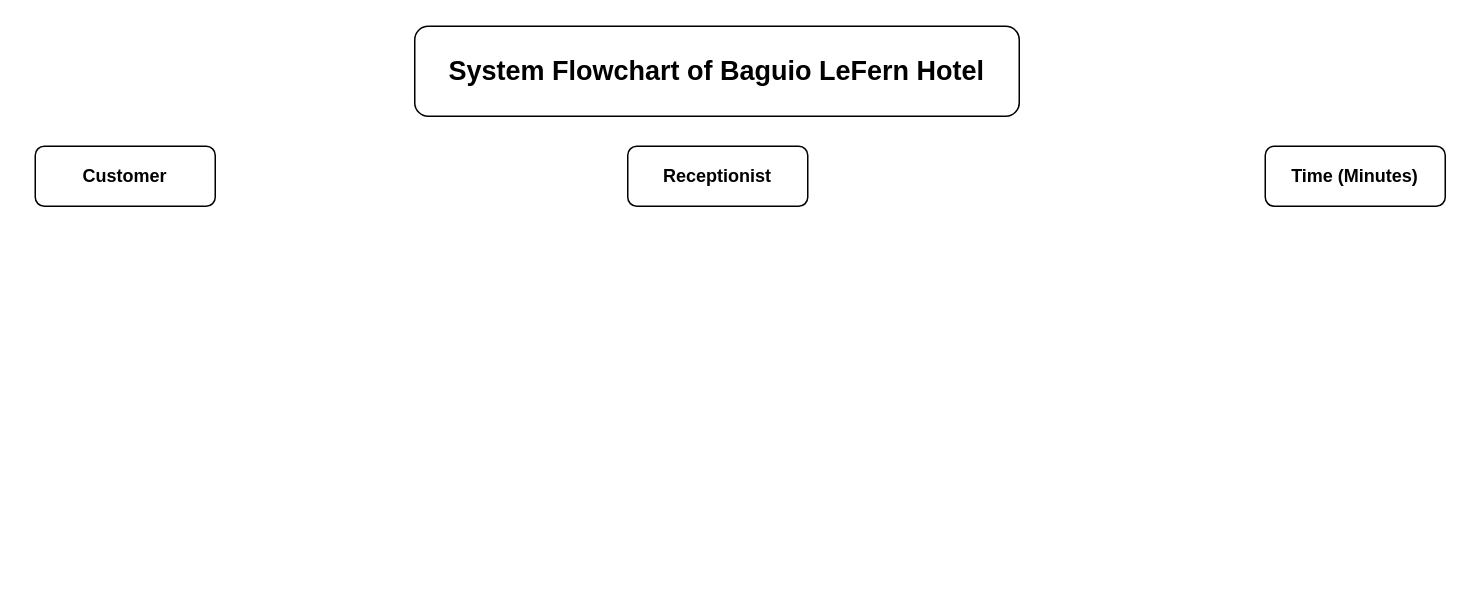
The draw.io diagram Untitled Diagram.drawio in doyaoencab/draw.io, before the edit. Source tidied: cells renumbered, new cells numbered last; positions are measured from the earlier drawing's top-left corner, leaving out a move shared by most shapes. Both pictures are drawn from the tidied source at 150%, with x=0, y=0 at pixel (34, 26).
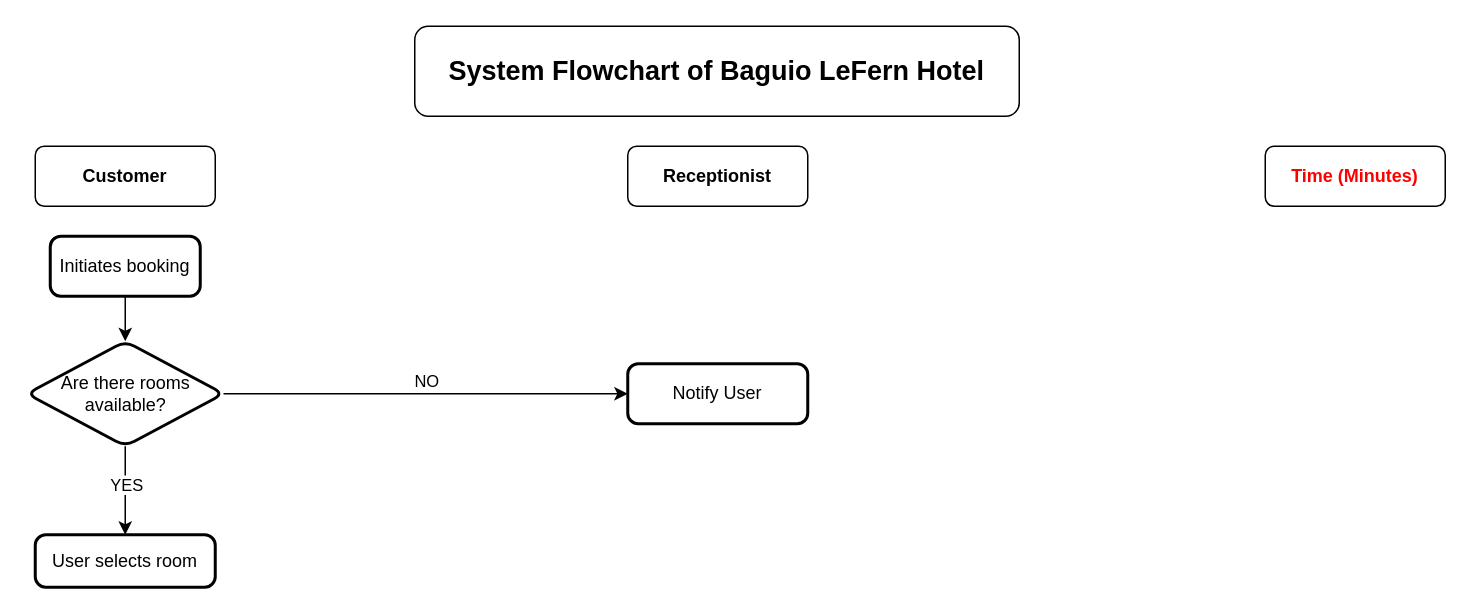
The same page after the edit.

Change to the diagram source:
```diff
@@
 <mxGraphModel>
   <root>
     <mxCell id="0" />
     <mxCell id="1" parent="0" />
     <mxCell id="2" value="&lt;b&gt;&lt;font style=&quot;font-size: 18px;&quot;&gt;System Flowchart of Baguio LeFern Hotel&lt;/font&gt;&lt;/b&gt;" style="rounded=1;whiteSpace=wrap;html=1;" parent="1" vertex="1">
       <mxGeometry x="253" width="403" height="60" as="geometry" />
     </mxCell>
     <mxCell id="3" value="&lt;b&gt;Customer&lt;/b&gt;" style="rounded=1;whiteSpace=wrap;html=1;" parent="1" vertex="1">
       <mxGeometry y="80" width="120" height="40" as="geometry" />
     </mxCell>
     <mxCell id="4" value="&lt;b&gt;Receptionist&lt;/b&gt;" style="rounded=1;whiteSpace=wrap;html=1;" parent="1" vertex="1">
       <mxGeometry x="395" y="80" width="120" height="40" as="geometry" />
     </mxCell>
-    <mxCell id="5" value="&lt;b&gt;Time (Minutes)&lt;/b&gt;" style="rounded=1;whiteSpace=wrap;html=1;" parent="1" vertex="1">
+    <mxCell id="5" value="&lt;b&gt;&lt;font style=&quot;color: rgb(255, 0, 0);&quot;&gt;Time (Minutes)&lt;/font&gt;&lt;/b&gt;" style="rounded=1;whiteSpace=wrap;html=1;" parent="1" vertex="1">
       <mxGeometry x="820" y="80" width="120" height="40" as="geometry" />
     </mxCell>
+    <mxCell id="6" style="edgeStyle=orthogonalEdgeStyle;rounded=0;jettySize=auto;html=1;" parent="1" edge="1" source="7" target="12">
+      <mxGeometry relative="1" as="geometry" />
+    </mxCell>
+    <mxCell id="7" value="Initiates booking" style="rounded=1;whiteSpace=wrap;html=1;absoluteArcSize=1;arcSize=14;strokeWidth=2;" parent="1" vertex="1">
+      <mxGeometry x="10" y="140" width="100" height="40" as="geometry" />
+    </mxCell>
+    <mxCell id="8" style="edgeStyle=orthogonalEdgeStyle;rounded=0;jettySize=auto;html=1;" parent="1" edge="1" source="12" target="13">
+      <mxGeometry relative="1" as="geometry" />
+    </mxCell>
+    <mxCell id="9" value="NO" style="edgeLabel;html=1;align=center;verticalAlign=middle;" parent="8" vertex="1">
+      <mxGeometry y="10" relative="1" as="geometry">
+        <mxPoint y="1" as="offset" />
+      </mxGeometry>
+    </mxCell>
+    <mxCell id="10" style="edgeStyle=orthogonalEdgeStyle;rounded=0;jettySize=auto;html=1;" parent="1" edge="1" source="12" target="14">
+      <mxGeometry relative="1" as="geometry" />
+    </mxCell>
+    <mxCell id="11" value="YES" style="edgeLabel;html=1;align=center;verticalAlign=middle;" parent="10" vertex="1">
+      <mxGeometry x="-0.16" y="5" relative="1" as="geometry">
+        <mxPoint x="-5" as="offset" />
+      </mxGeometry>
+    </mxCell>
+    <mxCell id="12" value="Are there rooms available?" style="rhombus;whiteSpace=wrap;html=1;rounded=1;absoluteArcSize=1;arcSize=14;strokeWidth=2;" parent="1" vertex="1">
+      <mxGeometry x="-5.5" y="210" width="131" height="70" as="geometry" />
+    </mxCell>
+    <mxCell id="13" value="Notify User" style="whiteSpace=wrap;html=1;rounded=1;absoluteArcSize=1;arcSize=14;strokeWidth=2;" parent="1" vertex="1">
+      <mxGeometry x="395" y="225" width="120" height="40" as="geometry" />
+    </mxCell>
+    <mxCell id="14" value="User selects room" style="whiteSpace=wrap;html=1;rounded=1;absoluteArcSize=1;arcSize=14;strokeWidth=2;" parent="1" vertex="1">
+      <mxGeometry y="339" width="120" height="35" as="geometry" />
+    </mxCell>
   </root>
 </mxGraphModel>
```
